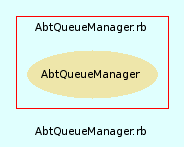
This is src/trunk/doc/dot/f_5.png from eschabell/abtlinux, a Graphviz export, as it was before one commit. Its source is kept beside it as src/trunk/doc/dot/f_5.dot.
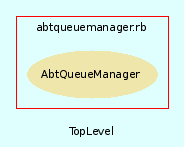
The same file after the commit.

The edit, as a diff of the source:
```diff
@@ -3,7 +3,7 @@
     bgcolor = lightcyan1
     fontname = Arial
     fontsize = 8
-    label = "AbtQueueManager.rb"
+    label = "TopLevel"
     node [
         fontname = Arial,
         fontsize = 8,
@@ -13,7 +13,7 @@
     subgraph cluster_6 {
         fontname = Arial
         color = red
-        label = "AbtQueueManager.rb"
+        label = "abtqueuemanager.rb"
         AbtQueueManager [
             fontcolor = black,
             URL = "classes/AbtQueueManager.html",
```
